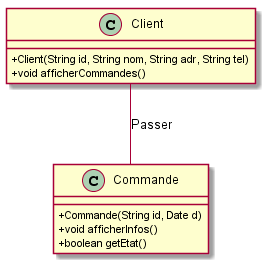
Before: POO/images/plantuml/td6.general.png, a diagram exported from PlantUML (IUT-Blagnac/POO).
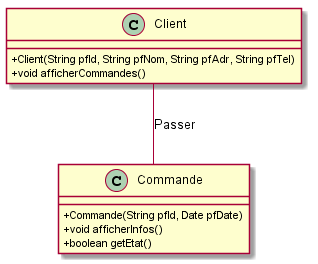
After the commit.

Change to the diagram source:
```diff
@@ -3,14 +3,14 @@
 skinparam classAttributeIconSize 0
 
 class Commande {
-	+ Commande(String id, Date d)
+	+ Commande(String pfId, Date pfDate)
 	+ void afficherInfos()
 	+ boolean getEtat()
 }
 
 
 class Client {
-	+ Client(String id, String nom, String adr, String tel)
+	+ Client(String pfId, String pfNom, String pfAdr, String pfTel)
 	+ void afficherCommandes()
 }
 
```
